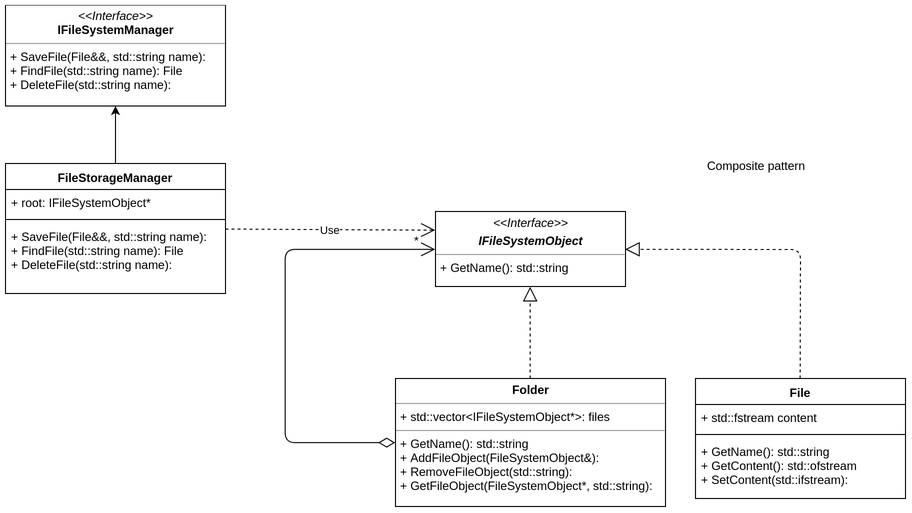
Earlier version of the draw.io export docs/FileStorageUML.png (tp-contest/pickle-rick). Source tidied: cells renumbered, new cells last; positions are measured from the earlier drawing's top-left corner, leaving out a move shared by most shapes. Source of this version:
```xml
<mxGraphModel>
  <root>
    <mxCell id="0" />
    <mxCell id="1" parent="0" />
    <mxCell id="2" value="&lt;p style=&quot;margin: 0px ; margin-top: 4px ; text-align: center&quot;&gt;&lt;i&gt;&amp;lt;&amp;lt;Interface&amp;gt;&amp;gt;&lt;/i&gt;&lt;br&gt;&lt;/p&gt;&lt;p style=&quot;margin: 0px ; margin-top: 4px ; text-align: center&quot;&gt;&lt;i&gt;&lt;b&gt;IFileSystemObject&lt;/b&gt;&lt;/i&gt;&lt;/p&gt;&lt;hr size=&quot;1&quot;&gt;&lt;p style=&quot;margin: 0px ; margin-left: 4px&quot;&gt;+ GetName(): std::string&lt;/p&gt;" style="verticalAlign=top;align=left;overflow=fill;fontSize=12;fontFamily=Helvetica;html=1;" parent="1" vertex="1">
      <mxGeometry x="430" y="206" width="190" height="75" as="geometry" />
    </mxCell>
    <mxCell id="3" value="File" style="swimlane;fontStyle=1;align=center;verticalAlign=top;horizontal=1;startSize=26;" parent="1" vertex="1">
      <mxGeometry x="690" y="373" width="210" height="120" as="geometry" />
    </mxCell>
    <mxCell id="4" value="+ std::fstream content" style="text;strokeColor=none;fillColor=none;align=left;verticalAlign=top;spacingLeft=4;spacingRight=4;overflow=hidden;" parent="3" vertex="1">
      <mxGeometry y="26" width="210" height="26" as="geometry" />
    </mxCell>
    <mxCell id="5" style="line;strokeWidth=1;fillColor=none;align=left;verticalAlign=middle;spacingTop=-1;spacingLeft=3;spacingRight=3;labelPosition=right;" parent="3" vertex="1">
      <mxGeometry y="52" width="210" height="8" as="geometry" />
    </mxCell>
    <mxCell id="6" value="+ GetName(): std::string&#10;+ GetContent(): std::ofstream&#10;+ SetContent(std::ifstream):&#10;" style="text;strokeColor=none;fillColor=none;align=left;verticalAlign=top;spacingLeft=4;spacingRight=4;overflow=hidden;" parent="3" vertex="1">
      <mxGeometry y="60" width="210" height="60" as="geometry" />
    </mxCell>
    <mxCell id="7" value="&lt;p style=&quot;margin: 0px ; margin-top: 4px ; text-align: center&quot;&gt;&lt;b&gt;Folder&lt;/b&gt;&lt;/p&gt;&lt;hr size=&quot;1&quot;&gt;&lt;p style=&quot;margin: 0px ; margin-left: 4px&quot;&gt;+ std::vector&amp;lt;IFileSystemObject*&amp;gt;: files&lt;/p&gt;&lt;hr size=&quot;1&quot;&gt;&lt;p style=&quot;margin: 0px ; margin-left: 4px&quot;&gt;+ GetName(): std::string&lt;/p&gt;&lt;p style=&quot;margin: 0px ; margin-left: 4px&quot;&gt;+ AddFileObject(FileSystemObject&amp;amp;):&amp;nbsp;&lt;/p&gt;&lt;p style=&quot;margin: 0px ; margin-left: 4px&quot;&gt;+ RemoveFileObject(std::string):&lt;/p&gt;&lt;p style=&quot;margin: 0px ; margin-left: 4px&quot;&gt;+ GetFileObject(FileSystemObject*, std::string):&lt;/p&gt;" style="verticalAlign=top;align=left;overflow=fill;fontSize=12;fontFamily=Helvetica;html=1;" parent="1" vertex="1">
      <mxGeometry x="390" y="373" width="270" height="128" as="geometry" />
    </mxCell>
    <mxCell id="8" value="&lt;br&gt;&lt;br&gt;" style="endArrow=open;html=1;endSize=12;startArrow=diamondThin;startSize=14;startFill=0;edgeStyle=orthogonalEdgeStyle;align=left;verticalAlign=bottom;entryX=0;entryY=0.5;entryDx=0;entryDy=0;exitX=0;exitY=0.5;exitDx=0;exitDy=0;" parent="1" edge="1" source="7" target="2">
      <mxGeometry x="-1" y="3" relative="1" as="geometry">
        <Array as="points">
          <mxPoint x="280" y="437" />
          <mxPoint x="280" y="244" />
        </Array>
      </mxGeometry>
    </mxCell>
    <mxCell id="9" value="*" style="text;html=1;align=left;verticalAlign=top;spacingTop=-4;" parent="1" vertex="1">
      <mxGeometry x="407" y="226" width="20" height="20" as="geometry" />
    </mxCell>
    <mxCell id="10" style="endArrow=block;dashed=1;endFill=0;endSize=12;html=1;entryX=0.5;entryY=1;entryDx=0;entryDy=0;exitX=0.5;exitY=0;exitDx=0;exitDy=0;" parent="1" edge="1" source="7" target="2">
      <mxGeometry relative="1" as="geometry" />
    </mxCell>
    <mxCell id="11" style="endArrow=block;dashed=1;endFill=0;endSize=12;html=1;entryX=1;entryY=0.5;entryDx=0;entryDy=0;exitX=0.5;exitY=0;exitDx=0;exitDy=0;" parent="1" edge="1" source="3" target="2">
      <mxGeometry relative="1" as="geometry">
        <Array as="points">
          <mxPoint x="795" y="244" />
        </Array>
      </mxGeometry>
    </mxCell>
    <mxCell id="12" style="edgeStyle=orthogonalEdgeStyle;rounded=0;jettySize=auto;html=1;" parent="1" edge="1" source="13" target="18">
      <mxGeometry relative="1" as="geometry" />
    </mxCell>
    <mxCell id="13" value="FileStorageManager" style="swimlane;fontStyle=1;align=center;verticalAlign=top;horizontal=1;startSize=26;" parent="1" vertex="1">
      <mxGeometry y="158" width="220" height="130" as="geometry" />
    </mxCell>
    <mxCell id="14" value="+ root: IFileSystemObject* " style="text;strokeColor=none;fillColor=none;align=left;verticalAlign=top;spacingLeft=4;spacingRight=4;overflow=hidden;" parent="13" vertex="1">
      <mxGeometry y="26" width="220" height="26" as="geometry" />
    </mxCell>
    <mxCell id="15" style="line;strokeWidth=1;fillColor=none;align=left;verticalAlign=middle;spacingTop=-1;spacingLeft=3;spacingRight=3;labelPosition=right;" parent="13" vertex="1">
      <mxGeometry y="52" width="220" height="8" as="geometry" />
    </mxCell>
    <mxCell id="16" value="+ SaveFile(File&amp;&amp;, std::string name):&#10;+ FindFile(std::string name): File&#10;+ DeleteFile(std::string name):&#10;" style="text;strokeColor=none;fillColor=none;align=left;verticalAlign=top;spacingLeft=4;spacingRight=4;overflow=hidden;points=[[0,0.5],[1,0.5]];portConstraint=eastwest;" parent="13" vertex="1">
      <mxGeometry y="60" width="220" height="70" as="geometry" />
    </mxCell>
    <mxCell id="17" value="Composite pattern&lt;br&gt;" style="text;html=1;align=left;verticalAlign=top;spacingTop=-4;" parent="1" vertex="1">
      <mxGeometry x="700" y="151" width="110" height="20" as="geometry" />
    </mxCell>
    <mxCell id="18" value="&lt;p style=&quot;margin: 0px ; margin-top: 4px ; text-align: center&quot;&gt;&lt;i&gt;&amp;lt;&amp;lt;Interface&amp;gt;&amp;gt;&lt;/i&gt;&lt;br&gt;&lt;b&gt;IFileSystemManager&lt;/b&gt;&lt;/p&gt;&lt;hr size=&quot;1&quot;&gt;&lt;p style=&quot;margin: 0px ; margin-left: 4px&quot;&gt;+ SaveFile(File&amp;amp;&amp;amp;, std::string name):&lt;br&gt;+ FindFile(std::string name): File&lt;/p&gt;&lt;p style=&quot;margin: 0px ; margin-left: 4px&quot;&gt;+ DeleteFile(std::string name):&amp;nbsp;&lt;/p&gt;" style="verticalAlign=top;align=left;overflow=fill;fontSize=12;fontFamily=Helvetica;html=1;" parent="1" vertex="1">
      <mxGeometry y="-0.5" width="220" height="101" as="geometry" />
    </mxCell>
    <mxCell id="19" value="Use" style="endArrow=open;endSize=12;dashed=1;html=1;entryX=0;entryY=0.25;entryDx=0;entryDy=0;" parent="1" edge="1" source="13" target="2">
      <mxGeometry relative="1" as="geometry" />
    </mxCell>
  </root>
</mxGraphModel>
```
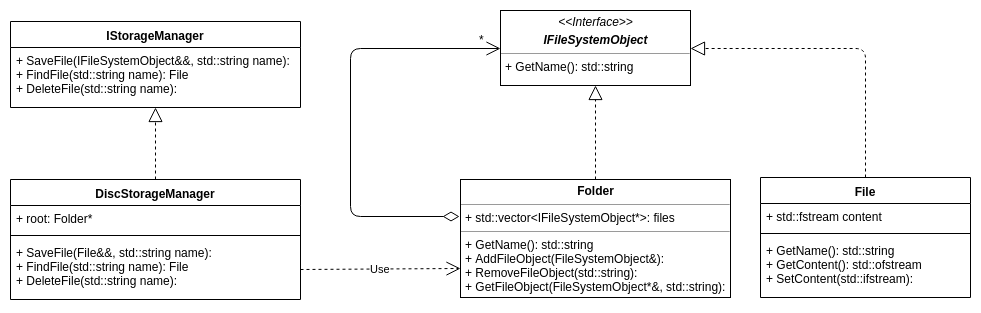
After the commit.

Commit message:
slight changes in UML

Change to the diagram source:
```diff
@@ -17,13 +17,13 @@
     <mxCell id="6" value="+ GetName(): std::string&#10;+ GetContent(): std::ofstream&#10;+ SetContent(std::ifstream):&#10;" style="text;strokeColor=none;fillColor=none;align=left;verticalAlign=top;spacingLeft=4;spacingRight=4;overflow=hidden;" parent="3" vertex="1">
       <mxGeometry y="60" width="210" height="60" as="geometry" />
     </mxCell>
-    <mxCell id="7" value="&lt;p style=&quot;margin: 0px ; margin-top: 4px ; text-align: center&quot;&gt;&lt;b&gt;Folder&lt;/b&gt;&lt;/p&gt;&lt;hr size=&quot;1&quot;&gt;&lt;p style=&quot;margin: 0px ; margin-left: 4px&quot;&gt;+ std::vector&amp;lt;IFileSystemObject*&amp;gt;: files&lt;/p&gt;&lt;hr size=&quot;1&quot;&gt;&lt;p style=&quot;margin: 0px ; margin-left: 4px&quot;&gt;+ GetName(): std::string&lt;/p&gt;&lt;p style=&quot;margin: 0px ; margin-left: 4px&quot;&gt;+ AddFileObject(FileSystemObject&amp;amp;):&amp;nbsp;&lt;/p&gt;&lt;p style=&quot;margin: 0px ; margin-left: 4px&quot;&gt;+ RemoveFileObject(std::string):&lt;/p&gt;&lt;p style=&quot;margin: 0px ; margin-left: 4px&quot;&gt;+ GetFileObject(FileSystemObject*, std::string):&lt;/p&gt;" style="verticalAlign=top;align=left;overflow=fill;fontSize=12;fontFamily=Helvetica;html=1;" parent="1" vertex="1">
-      <mxGeometry x="390" y="373" width="270" height="128" as="geometry" />
+    <mxCell id="7" value="&lt;p style=&quot;margin: 0px ; margin-top: 4px ; text-align: center&quot;&gt;&lt;b&gt;Folder&lt;/b&gt;&lt;/p&gt;&lt;hr size=&quot;1&quot;&gt;&lt;p style=&quot;margin: 0px ; margin-left: 4px&quot;&gt;+ std::vector&amp;lt;IFileSystemObject*&amp;gt;: files&lt;/p&gt;&lt;hr size=&quot;1&quot;&gt;&lt;p style=&quot;margin: 0px ; margin-left: 4px&quot;&gt;+ GetName(): std::string&lt;/p&gt;&lt;p style=&quot;margin: 0px ; margin-left: 4px&quot;&gt;+ AddFileObject(FileSystemObject&amp;amp;):&lt;/p&gt;&lt;p style=&quot;margin: 0px ; margin-left: 4px&quot;&gt;+ RemoveFileObject(std::string):&lt;/p&gt;&lt;p style=&quot;margin: 0px ; margin-left: 4px&quot;&gt;+ GetFileObject(FileSystemObject*&amp;amp;, std::string):&lt;/p&gt;" style="verticalAlign=top;align=left;overflow=fill;fontSize=12;fontFamily=Helvetica;html=1;" parent="1" vertex="1">
+      <mxGeometry x="390" y="375" width="270" height="118" as="geometry" />
     </mxCell>
-    <mxCell id="8" value="&lt;br&gt;&lt;br&gt;" style="endArrow=open;html=1;endSize=12;startArrow=diamondThin;startSize=14;startFill=0;edgeStyle=orthogonalEdgeStyle;align=left;verticalAlign=bottom;entryX=0;entryY=0.5;entryDx=0;entryDy=0;exitX=0;exitY=0.5;exitDx=0;exitDy=0;" parent="1" edge="1" source="7" target="2">
+    <mxCell id="8" value="&lt;br&gt;&lt;br&gt;" style="endArrow=open;html=1;endSize=12;startArrow=diamondThin;startSize=14;startFill=0;edgeStyle=orthogonalEdgeStyle;align=left;verticalAlign=bottom;entryX=0;entryY=0.5;entryDx=0;entryDy=0;exitX=-0.004;exitY=0.314;exitDx=0;exitDy=0;exitPerimeter=0;" parent="1" edge="1" source="7" target="2">
       <mxGeometry x="-1" y="3" relative="1" as="geometry">
         <Array as="points">
-          <mxPoint x="280" y="437" />
+          <mxPoint x="280" y="412" />
           <mxPoint x="280" y="244" />
         </Array>
       </mxGeometry>
@@ -41,29 +41,29 @@
         </Array>
       </mxGeometry>
     </mxCell>
-    <mxCell id="12" style="edgeStyle=orthogonalEdgeStyle;rounded=0;jettySize=auto;html=1;" parent="1" edge="1" source="13" target="18">
-      <mxGeometry relative="1" as="geometry" />
-    </mxCell>
-    <mxCell id="13" value="FileStorageManager" style="swimlane;fontStyle=1;align=center;verticalAlign=top;horizontal=1;startSize=26;" parent="1" vertex="1">
-      <mxGeometry y="158" width="220" height="130" as="geometry" />
-    </mxCell>
-    <mxCell id="14" value="+ root: IFileSystemObject* " style="text;strokeColor=none;fillColor=none;align=left;verticalAlign=top;spacingLeft=4;spacingRight=4;overflow=hidden;" parent="13" vertex="1">
-      <mxGeometry y="26" width="220" height="26" as="geometry" />
-    </mxCell>
-    <mxCell id="15" style="line;strokeWidth=1;fillColor=none;align=left;verticalAlign=middle;spacingTop=-1;spacingLeft=3;spacingRight=3;labelPosition=right;" parent="13" vertex="1">
-      <mxGeometry y="52" width="220" height="8" as="geometry" />
-    </mxCell>
+    <mxCell id="20" value="DiscStorageManager" style="swimlane;fontStyle=1;align=center;verticalAlign=top;horizontal=1;startSize=26;" parent="1" vertex="1">
+      <mxGeometry x="-60" y="375" width="290" height="120" as="geometry" />
+    </mxCell>
+    <mxCell id="21" value="+ root: Folder*" style="text;strokeColor=none;fillColor=none;align=left;verticalAlign=top;spacingLeft=4;spacingRight=4;overflow=hidden;" parent="20" vertex="1">
+      <mxGeometry y="26" width="290" height="26" as="geometry" />
+    </mxCell>
+    <mxCell id="22" style="line;strokeWidth=1;fillColor=none;align=left;verticalAlign=middle;spacingTop=-1;spacingLeft=3;spacingRight=3;labelPosition=right;" parent="20" vertex="1">
+      <mxGeometry y="52" width="290" height="8" as="geometry" />
+    </mxCell>
-    <mxCell id="16" value="+ SaveFile(File&amp;&amp;, std::string name):&#10;+ FindFile(std::string name): File&#10;+ DeleteFile(std::string name):&#10;" style="text;strokeColor=none;fillColor=none;align=left;verticalAlign=top;spacingLeft=4;spacingRight=4;overflow=hidden;points=[[0,0.5],[1,0.5]];portConstraint=eastwest;" parent="13" vertex="1">
-      <mxGeometry y="60" width="220" height="70" as="geometry" />
+    <mxCell id="16" value="+ SaveFile(File&amp;&amp;, std::string name):&#10;+ FindFile(std::string name): File&#10;+ DeleteFile(std::string name):&#10;" style="text;strokeColor=none;fillColor=none;align=left;verticalAlign=top;spacingLeft=4;spacingRight=4;overflow=hidden;points=[[0,0.5],[1,0.5]];portConstraint=eastwest;" parent="20" vertex="1">
+      <mxGeometry y="60" width="290" height="60" as="geometry" />
     </mxCell>
-    <mxCell id="17" value="Composite pattern&lt;br&gt;" style="text;html=1;align=left;verticalAlign=top;spacingTop=-4;" parent="1" vertex="1">
-      <mxGeometry x="700" y="151" width="110" height="20" as="geometry" />
-    </mxCell>
-    <mxCell id="18" value="&lt;p style=&quot;margin: 0px ; margin-top: 4px ; text-align: center&quot;&gt;&lt;i&gt;&amp;lt;&amp;lt;Interface&amp;gt;&amp;gt;&lt;/i&gt;&lt;br&gt;&lt;b&gt;IFileSystemManager&lt;/b&gt;&lt;/p&gt;&lt;hr size=&quot;1&quot;&gt;&lt;p style=&quot;margin: 0px ; margin-left: 4px&quot;&gt;+ SaveFile(File&amp;amp;&amp;amp;, std::string name):&lt;br&gt;+ FindFile(std::string name): File&lt;/p&gt;&lt;p style=&quot;margin: 0px ; margin-left: 4px&quot;&gt;+ DeleteFile(std::string name):&amp;nbsp;&lt;/p&gt;" style="verticalAlign=top;align=left;overflow=fill;fontSize=12;fontFamily=Helvetica;html=1;" parent="1" vertex="1">
-      <mxGeometry y="-0.5" width="220" height="101" as="geometry" />
-    </mxCell>
-    <mxCell id="19" value="Use" style="endArrow=open;endSize=12;dashed=1;html=1;entryX=0;entryY=0.25;entryDx=0;entryDy=0;" parent="1" edge="1" source="13" target="2">
+    <mxCell id="19" value="Use" style="endArrow=open;endSize=12;dashed=1;html=1;exitX=1;exitY=0.5;exitDx=0;exitDy=0;entryX=0;entryY=0.75;entryDx=0;entryDy=0;" parent="1" edge="1" source="16" target="7">
       <mxGeometry relative="1" as="geometry" />
     </mxCell>
+    <mxCell id="23" value="IStorageManager" style="swimlane;fontStyle=1;align=center;verticalAlign=top;horizontal=1;startSize=26;" parent="1" vertex="1">
+      <mxGeometry x="-60" y="217" width="290" height="86" as="geometry" />
+    </mxCell>
+    <mxCell id="24" value="+ SaveFile(IFileSystemObject&amp;&amp;, std::string name):&#10;+ FindFile(std::string name): File&#10;+ DeleteFile(std::string name):&#10;" style="text;strokeColor=none;fillColor=none;align=left;verticalAlign=top;spacingLeft=4;spacingRight=4;overflow=hidden;points=[[0,0.5],[1,0.5]];portConstraint=eastwest;" parent="23" vertex="1">
+      <mxGeometry y="26" width="290" height="60" as="geometry" />
+    </mxCell>
+    <mxCell id="25" style="endArrow=block;dashed=1;endFill=0;endSize=12;html=1;" parent="1" edge="1" source="20" target="24">
+      <mxGeometry relative="1" as="geometry" />
+    </mxCell>
   </root>
 </mxGraphModel>
```
